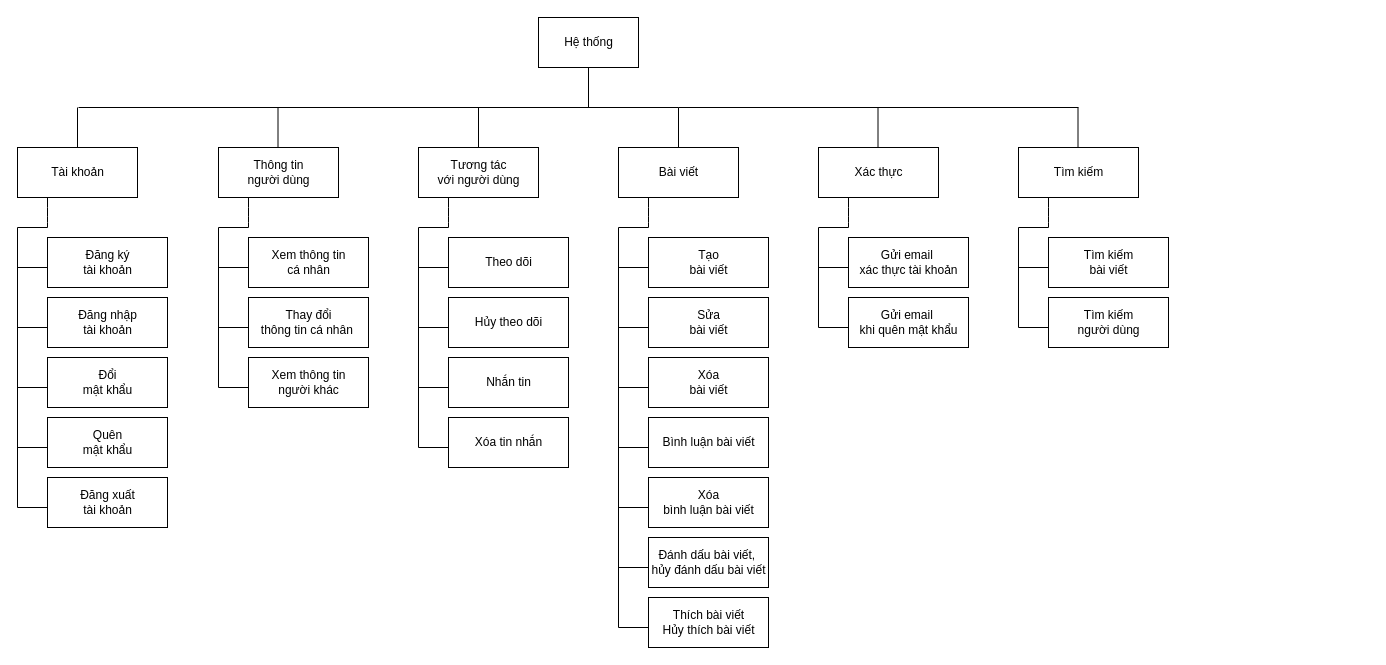
Earlier version of the draw.io diagram page "Page-21" (21 of 24) of SoDo.drawio (haota1307/project-twitter). Source tidied: cells renumbered, new cells numbered last; positions are measured from the earlier drawing's top-left corner, leaving out a move shared by most shapes. Both pictures are drawn from the tidied source at 100%, with x=0, y=0 at pixel (17, 17).
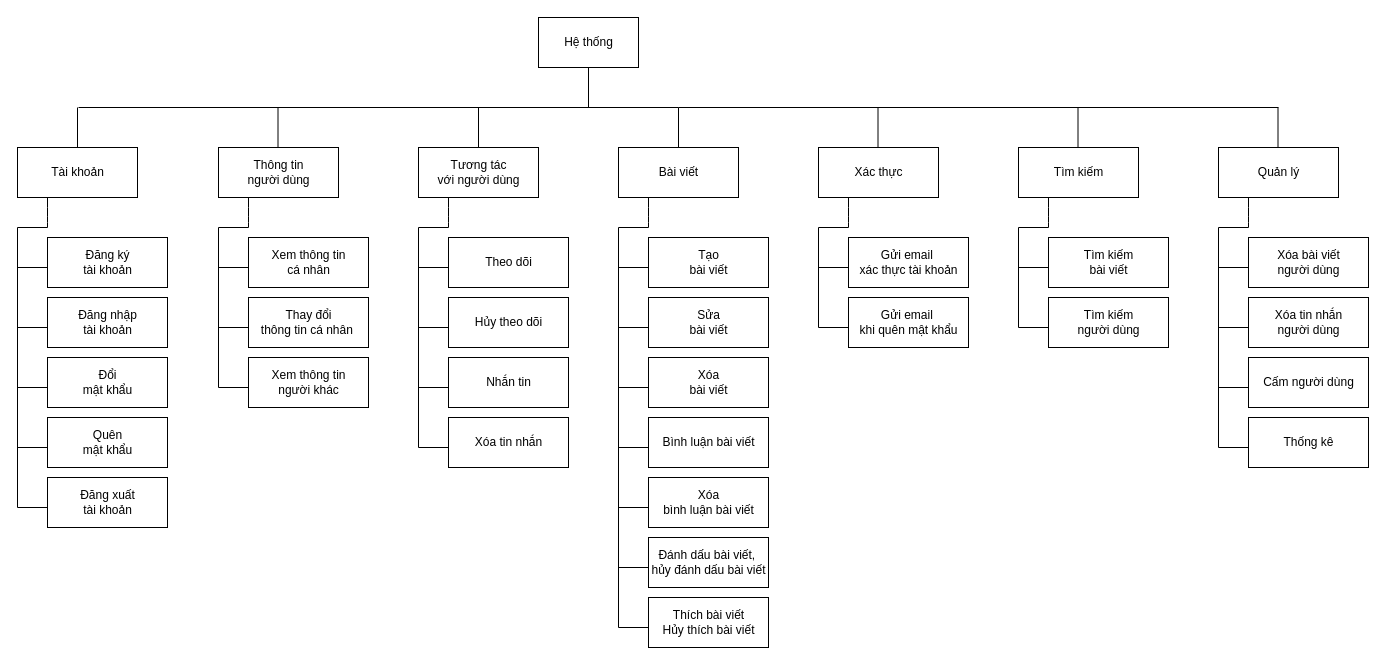
The same page after the edit.

Diff of the diagram source:
```diff
@@
     <mxCell id="14" style="endArrow=none;html=1;strokeColor=#000000;fontColor=#000000;elbow=vertical;" parent="1" edge="1">
       <mxGeometry relative="1" as="geometry">
         <mxPoint x="661" y="90" as="sourcePoint" />
-        <mxPoint x="1061" y="90" as="targetPoint" />
+        <mxPoint x="1261" y="90" as="targetPoint" />
       </mxGeometry>
     </mxCell>
@@
+    <mxCell id="82" value="Quản lý" style="html=1;dashed=0;whitespace=wrap;strokeColor=#000000;fontColor=#000000;fillColor=#FFFFFF;" parent="1" vertex="1">
+      <mxGeometry x="1201" y="130" width="120" height="50" as="geometry" />
+    </mxCell>
+    <mxCell id="83" style="endArrow=none;html=1;strokeColor=#000000;fontColor=#000000;elbow=vertical;exitX=0.5;exitY=0;exitDx=0;exitDy=0;" parent="1" edge="1">
+      <mxGeometry relative="1" as="geometry">
+        <mxPoint x="1260.5" y="130" as="sourcePoint" />
+        <mxPoint x="1260.5" y="90" as="targetPoint" />
+      </mxGeometry>
+    </mxCell>
+    <mxCell id="84" style="edgeStyle=orthogonalEdgeStyle;html=1;exitX=0.25;exitY=1;exitDx=0;exitDy=0;strokeColor=#000000;fontColor=#000000;startArrow=none;startFill=0;endArrow=none;endFill=0;elbow=vertical;" parent="1" edge="1">
+      <mxGeometry relative="1" as="geometry">
+        <mxPoint x="1231" y="180" as="sourcePoint" />
+        <mxPoint x="1231" y="210" as="targetPoint" />
+        <Array as="points">
+          <mxPoint x="1231" y="200" />
+          <mxPoint x="1231" y="200" />
+        </Array>
+      </mxGeometry>
+    </mxCell>
+    <mxCell id="85" style="edgeStyle=orthogonalEdgeStyle;html=1;exitX=0.5;exitY=1;exitDx=0;exitDy=0;strokeColor=#000000;fontColor=#000000;startArrow=none;startFill=0;endArrow=none;endFill=0;elbow=vertical;" parent="1" edge="1">
+      <mxGeometry relative="1" as="geometry">
+        <mxPoint x="1201" y="210" as="sourcePoint" />
+        <mxPoint x="1231" y="210" as="targetPoint" />
+      </mxGeometry>
+    </mxCell>
+    <mxCell id="86" style="edgeStyle=orthogonalEdgeStyle;html=1;strokeColor=#000000;fontColor=#000000;startArrow=none;startFill=0;endArrow=none;endFill=0;elbow=vertical;" parent="1" edge="1">
+      <mxGeometry relative="1" as="geometry">
+        <mxPoint x="1201" y="210" as="sourcePoint" />
+        <mxPoint x="1201" y="430" as="targetPoint" />
+      </mxGeometry>
+    </mxCell>
+    <mxCell id="87" style="html=1;strokeColor=#000000;fontColor=#000000;startArrow=none;startFill=0;endArrow=none;endFill=0;elbow=vertical;" parent="1" edge="1">
+      <mxGeometry relative="1" as="geometry">
+        <mxPoint x="1201" y="250" as="sourcePoint" />
+        <mxPoint x="1261" y="250" as="targetPoint" />
+      </mxGeometry>
+    </mxCell>
+    <mxCell id="88" value="Xóa bài viết&lt;br&gt;người dùng" style="html=1;dashed=0;whitespace=wrap;strokeColor=#000000;fontColor=#000000;fillColor=#FFFFFF;" parent="1" vertex="1">
+      <mxGeometry x="1231" y="220" width="120" height="50" as="geometry" />
+    </mxCell>
+    <mxCell id="89" style="html=1;strokeColor=#000000;fontColor=#000000;startArrow=none;startFill=0;endArrow=none;endFill=0;elbow=vertical;" parent="1" edge="1">
+      <mxGeometry relative="1" as="geometry">
+        <mxPoint x="1201" y="310" as="sourcePoint" />
+        <mxPoint x="1261" y="310" as="targetPoint" />
+      </mxGeometry>
+    </mxCell>
+    <mxCell id="90" value="Xóa tin nhắn&lt;br&gt;người dùng" style="html=1;dashed=0;whitespace=wrap;strokeColor=#000000;fontColor=#000000;fillColor=#FFFFFF;" parent="1" vertex="1">
+      <mxGeometry x="1231" y="280" width="120" height="50" as="geometry" />
+    </mxCell>
+    <mxCell id="91" style="html=1;strokeColor=#000000;fontColor=#000000;startArrow=none;startFill=0;endArrow=none;endFill=0;elbow=vertical;" parent="1" edge="1">
+      <mxGeometry relative="1" as="geometry">
+        <mxPoint x="1201" y="370" as="sourcePoint" />
+        <mxPoint x="1261" y="370" as="targetPoint" />
+      </mxGeometry>
+    </mxCell>
+    <mxCell id="92" value="Cấm người dùng" style="html=1;dashed=0;whitespace=wrap;strokeColor=#000000;fontColor=#000000;fillColor=#FFFFFF;" parent="1" vertex="1">
+      <mxGeometry x="1231" y="340" width="120" height="50" as="geometry" />
+    </mxCell>
+    <mxCell id="93" style="html=1;strokeColor=#000000;fontColor=#000000;startArrow=none;startFill=0;endArrow=none;endFill=0;elbow=vertical;" parent="1" edge="1">
+      <mxGeometry relative="1" as="geometry">
+        <mxPoint x="1201" y="430" as="sourcePoint" />
+        <mxPoint x="1261" y="430" as="targetPoint" />
+      </mxGeometry>
+    </mxCell>
+    <mxCell id="94" value="Thống kê" style="html=1;dashed=0;whitespace=wrap;strokeColor=#000000;fontColor=#000000;fillColor=#FFFFFF;" parent="1" vertex="1">
+      <mxGeometry x="1231" y="400" width="120" height="50" as="geometry" />
+    </mxCell>
```
